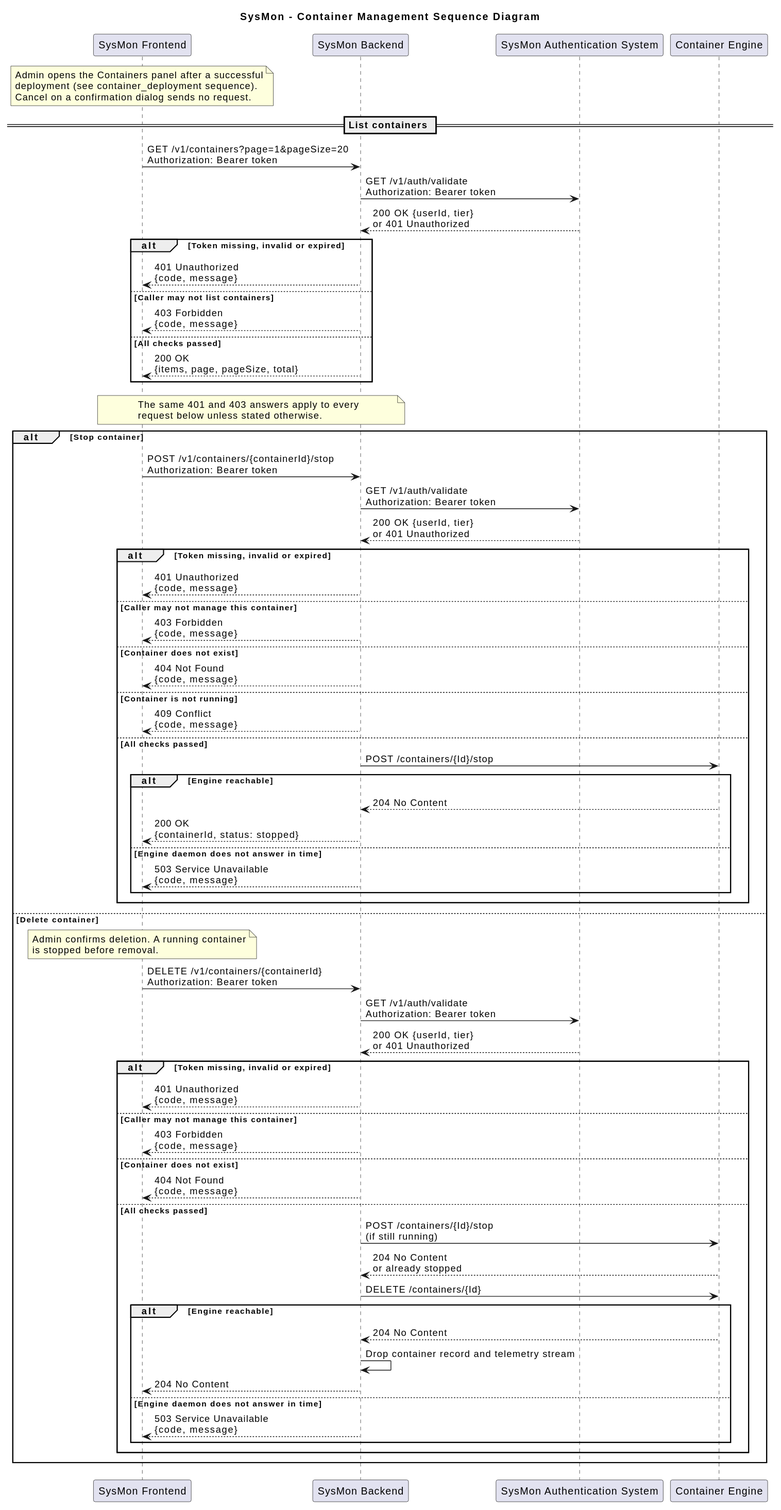
This is Task3/sequence_diagrams/container_management.svg from hriday111/SysMon, a PlantUML export, as it was before one commit.
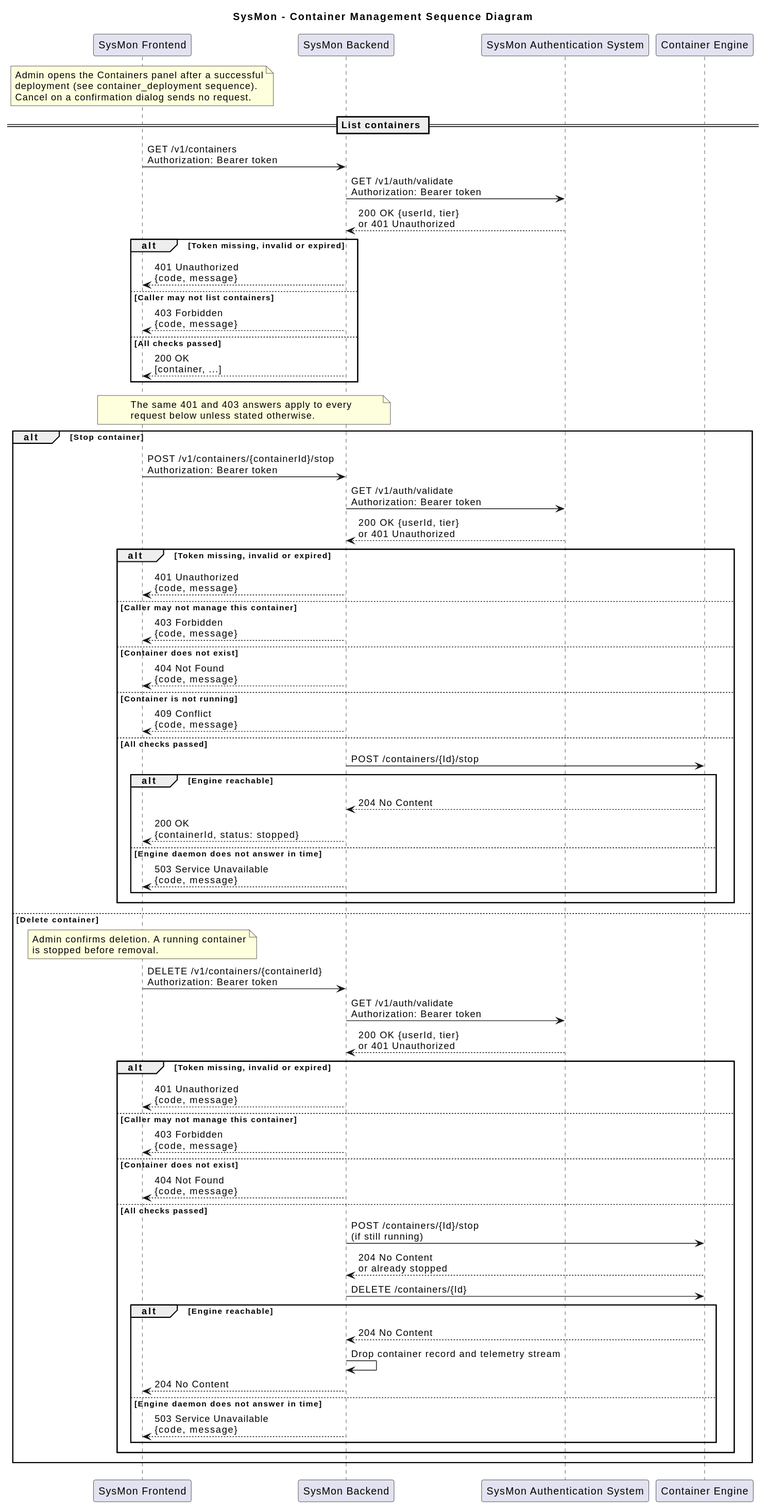
After the commit.

The edit, as a diff of the source:
```diff
@@ -13,7 +13,7 @@
 end note
 
 == List containers ==
-Frontend -> Backend : GET /v1/containers?page=1&pageSize=20\nAuthorization: Bearer token
+Frontend -> Backend : GET /v1/containers\nAuthorization: Bearer token
 Backend -> Auth : GET /v1/auth/validate\nAuthorization: Bearer token
 Auth --> Backend : 200 OK {userId, tier}\nor 401 Unauthorized
 
@@ -22,7 +22,7 @@
 else Caller may not list containers
   Backend --> Frontend : 403 Forbidden\n{code, message}
 else All checks passed
-  Backend --> Frontend : 200 OK\n{items, page, pageSize, total}
+  Backend --> Frontend : 200 OK\n[container, ...]
 end
 
 note over Frontend, Backend
```
